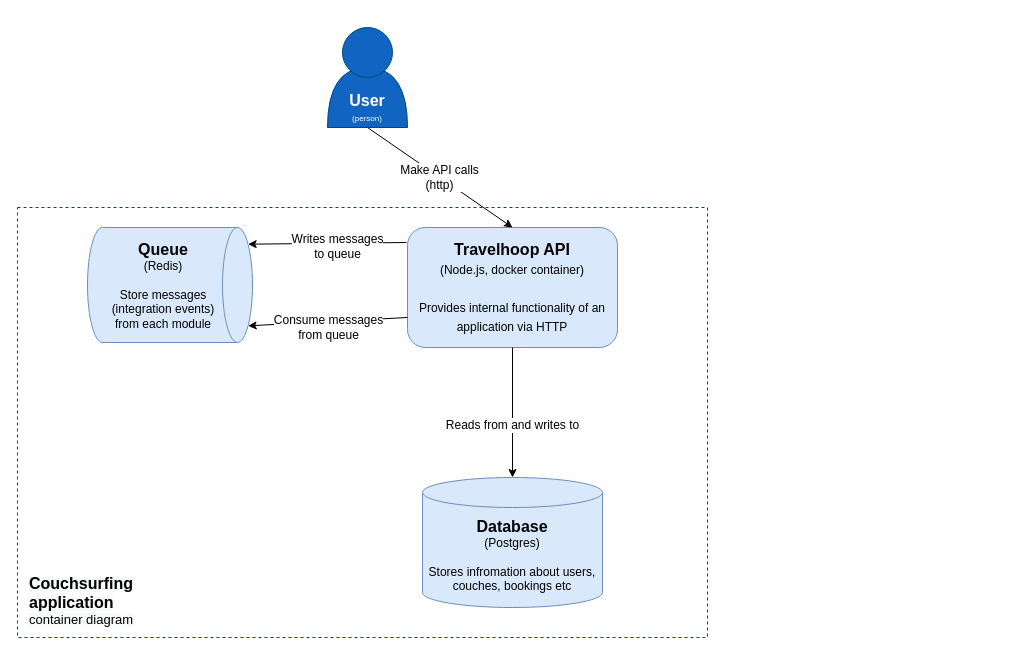
Above: page "Container" (2 of 3) of docs/C4Diagram.drawio in mgce/modular-monolith-nodejs (draw.io), before the change. Source tidied: cells renumbered, new cells numbered last; positions are measured from the earlier drawing's top-left corner, leaving out a move shared by most shapes. Both pictures are drawn from the tidied source at 100%, with x=0, y=0 at pixel (17, 27).
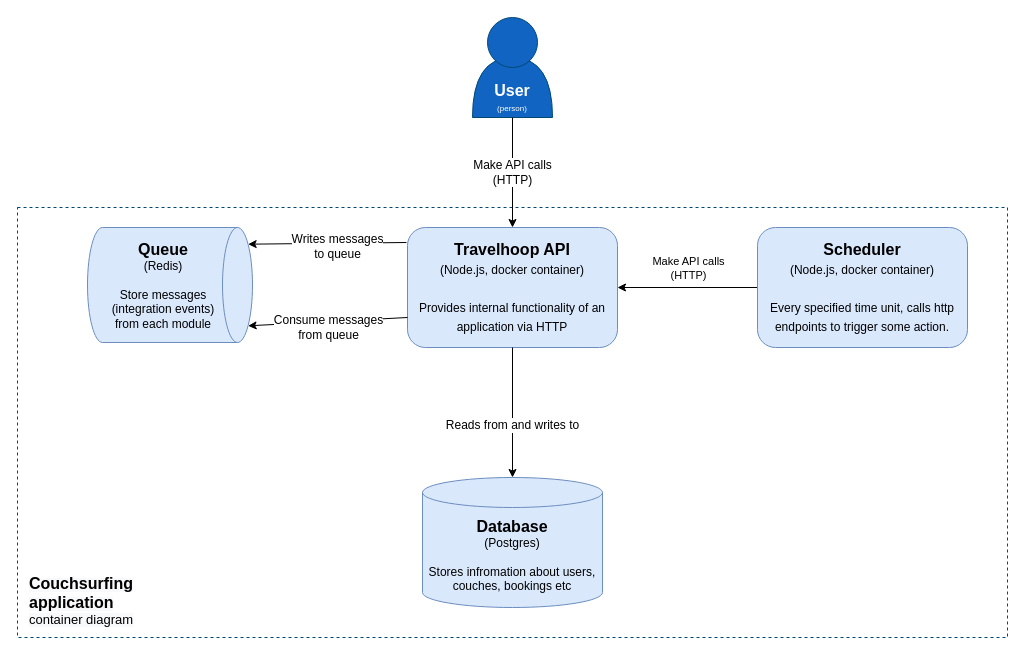
The same page after the edit.

The change refers to these unchanged cells:
```xml
<mxCell id="3" value="&lt;font&gt;&lt;b&gt;Travelhoop API&lt;br&gt;&lt;/b&gt;&lt;/font&gt;&lt;font style=&quot;font-size: 12px&quot;&gt;(Node.js, docker container)&lt;br&gt;&lt;/font&gt;&lt;br&gt;&lt;font style=&quot;font-size: 12px&quot;&gt;Provides internal functionality of an application via HTTP&lt;/font&gt;" style="rounded=1;whiteSpace=wrap;html=1;fontSize=16;align=center;fillColor=#dae8fc;strokeColor=#6c8ebf;perimeterSpacing=0;labelPadding=0;" parent="1" vertex="1">
  <mxGeometry x="390" y="200" width="210" height="120" as="geometry" />
</mxCell>
<mxCell id="18" value="&lt;font&gt;&lt;font color=&quot;#ffffff&quot;&gt;&lt;b style=&quot;font-size: 16px&quot;&gt;User&lt;/b&gt;&lt;br&gt;&lt;font style=&quot;font-size: 8px&quot;&gt;(person)&lt;/font&gt;&lt;/font&gt;&lt;br&gt;&lt;/font&gt;" style="text;html=1;strokeColor=none;fillColor=none;align=center;verticalAlign=middle;whiteSpace=wrap;rounded=0;fontSize=12;" parent="15" vertex="1">
  <mxGeometry y="60" width="80" height="40" as="geometry" />
</mxCell>
```

The edit, as a diff of the source:
```diff
@@
     <mxCell id="2" style="rounded=0;whiteSpace=wrap;html=1;fontSize=12;strokeColor=#004873;fillColor=none;align=center;dashed=1;" parent="1" vertex="1">
-      <mxGeometry y="180" width="690" height="430" as="geometry" />
+      <mxGeometry y="180" width="990" height="430" as="geometry" />
     </mxCell>
@@
     <mxCell id="14" style="group;align=center;" parent="1" vertex="1">
-      <mxGeometry x="310" width="80" height="100" as="geometry" />
+      <mxGeometry x="455" y="-10" width="80" height="100" as="geometry" />
     </mxCell>
@@
-    <mxCell id="19" value="Make API calls&lt;br&gt;(http)" style="endArrow=classic;html=1;fontSize=12;exitX=0.5;exitY=1;exitDx=0;exitDy=0;entryX=0.5;entryY=0;entryDx=0;entryDy=0;" parent="1" edge="1" source="18" target="3">
+    <mxCell id="19" value="Make API calls&lt;br&gt;(HTTP)" style="endArrow=classic;html=1;fontSize=12;exitX=0.5;exitY=1;exitDx=0;exitDy=0;entryX=0.5;entryY=0;entryDx=0;entryDy=0;" parent="1" edge="1" source="18" target="3">
       <mxGeometry relative="1" as="geometry" />
     </mxCell>
@@
+    <mxCell id="21" style="edgeStyle=orthogonalEdgeStyle;rounded=0;jettySize=auto;html=1;exitX=0;exitY=0.5;exitDx=0;exitDy=0;entryX=1;entryY=0.5;entryDx=0;entryDy=0;" parent="1" edge="1" source="23" target="3">
+      <mxGeometry relative="1" as="geometry" />
+    </mxCell>
+    <mxCell id="22" value="Make API calls&lt;br&gt;(HTTP)" style="edgeLabel;html=1;align=center;verticalAlign=middle;" parent="21" vertex="1">
+      <mxGeometry x="0.31" relative="1" as="geometry">
+        <mxPoint x="22" y="-20" as="offset" />
+      </mxGeometry>
+    </mxCell>
+    <mxCell id="23" value="&lt;font&gt;&lt;b&gt;Scheduler&lt;br&gt;&lt;/b&gt;&lt;/font&gt;&lt;font style=&quot;font-size: 12px&quot;&gt;(Node.js, docker container)&lt;br&gt;&lt;/font&gt;&lt;br&gt;&lt;font style=&quot;font-size: 12px&quot;&gt;Every specified time unit, calls http endpoints to trigger some action.&lt;/font&gt;" style="rounded=1;whiteSpace=wrap;html=1;fontSize=16;align=center;fillColor=#dae8fc;strokeColor=#6c8ebf;perimeterSpacing=0;labelPadding=0;" parent="1" vertex="1">
+      <mxGeometry x="740" y="200" width="210" height="120" as="geometry" />
+    </mxCell>
```
